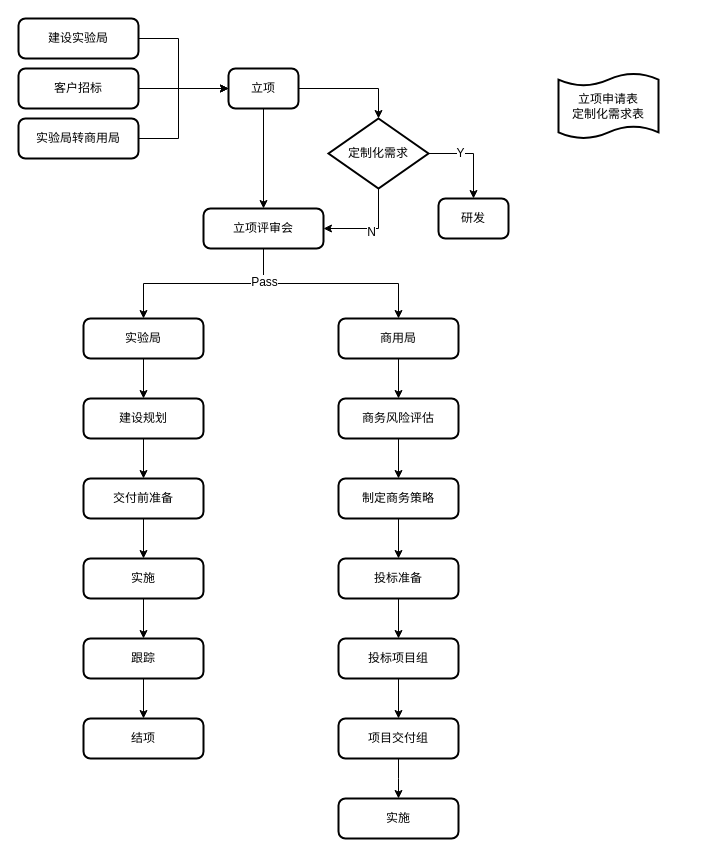
Earlier version of the draw.io diagram kkk.drawio (linkeyue/linkeyue). Source tidied: cells renumbered, new cells numbered last; positions are measured from the earlier drawing's top-left corner, leaving out a move shared by most shapes. Both pictures are drawn from the tidied source at 100%, with x=0, y=0 at pixel (18, 18).
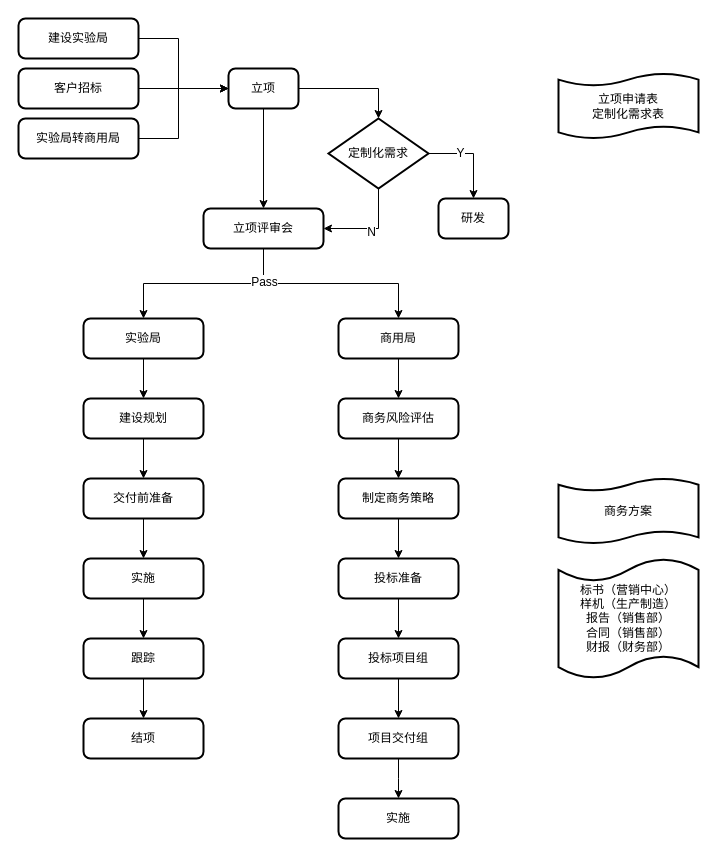
The same page after the edit.

Change to the diagram source:
```diff
@@
     <mxCell id="21" value="立项申请表&lt;br&gt;定制化需求表" style="shape=tape;whiteSpace=wrap;html=1;strokeWidth=2;size=0.19;" parent="1" vertex="1">
-      <mxGeometry x="540" y="55" width="100" height="65" as="geometry" />
+      <mxGeometry x="540" y="55" width="140" height="65" as="geometry" />
     </mxCell>
@@
+    <mxCell id="46" value="商务方案&lt;br&gt;" style="shape=tape;whiteSpace=wrap;html=1;strokeWidth=2;size=0.19;" parent="1" vertex="1">
+      <mxGeometry x="540" y="460" width="140" height="65" as="geometry" />
+    </mxCell>
+    <mxCell id="47" value="标书（营销中心）&lt;br&gt;样机（生产制造）&lt;br&gt;报告（销售部）&lt;br&gt;合同（销售部）&lt;br&gt;财报（财务部）" style="shape=tape;whiteSpace=wrap;html=1;strokeWidth=2;size=0.19;" parent="1" vertex="1">
+      <mxGeometry x="540" y="540" width="140" height="120" as="geometry" />
+    </mxCell>
```
